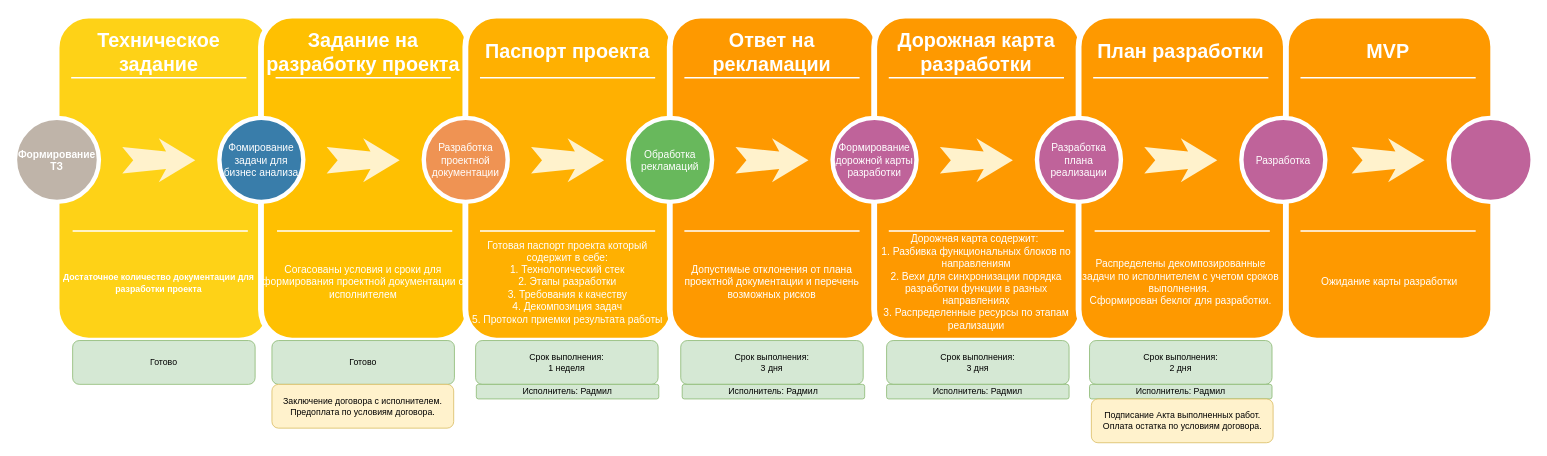
NoBoringDate/Project_x keeps this draw.io diagram as Диаграмма без названия.drawio. Above is the earlier version. Source tidied: cells renumbered, new cells numbered last; positions are measured from the earlier drawing's top-left corner, leaving out a move shared by most shapes. Both pictures are drawn from the tidied source at 73%, with x=0, y=0 at pixel (15, 15).
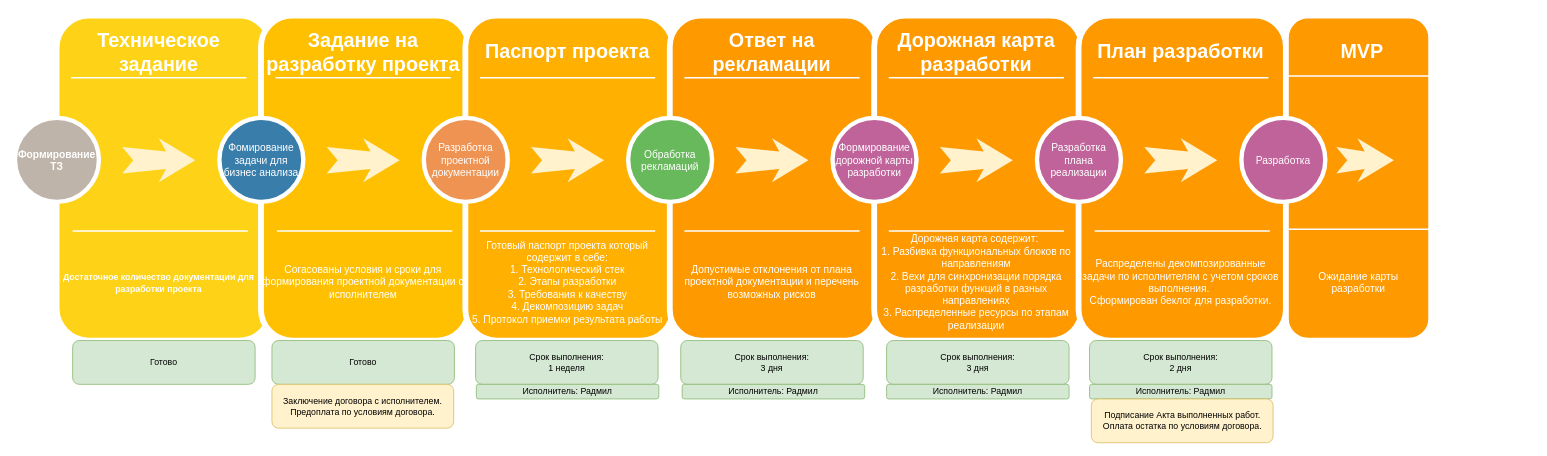
The same diagram, later.

What changed in the source:
```diff
@@
-    <mxCell id="18" value="Готовая паспорт проекта который содержит в себе:&lt;br&gt;1. Технологический стек&lt;br&gt;2. Этапы разработки&lt;br&gt;3. Требования к качеству&lt;br&gt;4. Декомпозиция задач&lt;br&gt;5. Протокол приемки результата работы" style="text;html=1;strokeColor=none;fillColor=none;align=center;verticalAlign=middle;whiteSpace=wrap;rounded=0;shadow=0;fontSize=14;fontColor=#FFFFFF;" parent="1" vertex="1">
+    <mxCell id="18" value="Готовый паспорт проекта который содержит в себе:&lt;br&gt;1. Технологический стек&lt;br&gt;2. Этапы разработки&lt;br&gt;3. Требования к качеству&lt;br&gt;4. Декомпозицию задач&lt;br&gt;5. Протокол приемки результата работы" style="text;html=1;strokeColor=none;fillColor=none;align=center;verticalAlign=middle;whiteSpace=wrap;rounded=0;shadow=0;fontSize=14;fontColor=#FFFFFF;" parent="1" vertex="1">
       <mxGeometry x="617" y="320" width="280" height="90" as="geometry" />
     </mxCell>
@@
-    <mxCell id="32" value="Дорожная карта содержит:&amp;nbsp;&lt;br&gt;1. Разбивка функциональных блоков по направлениям&lt;div&gt;2. Вехи для синхронизации порядка разработки функции в разных направлениях&lt;br&gt;3. Распределенные ресурсы по этапам реализации&lt;/div&gt;" style="text;html=1;strokeColor=none;fillColor=none;align=center;verticalAlign=middle;whiteSpace=wrap;rounded=0;shadow=0;fontSize=14;fontColor=#FFFFFF;" parent="1" vertex="1">
+    <mxCell id="32" value="Дорожная карта содержит:&amp;nbsp;&lt;br&gt;1. Разбивка функциональных блоков по направлениям&lt;div&gt;2. Вехи для синхронизации порядка разработки функций в разных направлениях&lt;br&gt;3. Распределенные ресурсы по этапам реализации&lt;/div&gt;" style="text;html=1;strokeColor=none;fillColor=none;align=center;verticalAlign=middle;whiteSpace=wrap;rounded=0;shadow=0;fontSize=14;fontColor=#FFFFFF;" parent="1" vertex="1">
       <mxGeometry x="1177" y="320" width="280" height="90" as="geometry" />
     </mxCell>
@@
-    <mxCell id="39" value="Распределены декомпозированные задачи по исполнителем с учетом сроков выполнения.&amp;nbsp;&lt;br&gt;Сформирован беклог для разработки." style="text;html=1;strokeColor=none;fillColor=none;align=center;verticalAlign=middle;whiteSpace=wrap;rounded=0;shadow=0;fontSize=14;fontColor=#FFFFFF;" parent="1" vertex="1">
+    <mxCell id="39" value="Распределены декомпозированные задачи по исполнителям с учетом сроков выполнения.&amp;nbsp;&lt;br&gt;Сформирован беклог для разработки." style="text;html=1;strokeColor=none;fillColor=none;align=center;verticalAlign=middle;whiteSpace=wrap;rounded=0;shadow=0;fontSize=14;fontColor=#FFFFFF;" parent="1" vertex="1">
       <mxGeometry x="1457" y="320" width="280" height="90" as="geometry" />
     </mxCell>
@@
     <mxCell id="44" value="&lt;div&gt;&lt;br&gt;&lt;/div&gt;&lt;div&gt;&lt;br&gt;&lt;/div&gt;&lt;div&gt;&lt;br&gt;&lt;/div&gt;&lt;div&gt;&lt;br&gt;&lt;/div&gt;&lt;div&gt;&lt;br&gt;&lt;/div&gt;&lt;div&gt;&lt;br&gt;&lt;/div&gt;&lt;div&gt;&lt;br&gt;&lt;/div&gt;&lt;div&gt;&lt;br&gt;&lt;/div&gt;&lt;div&gt;&lt;br&gt;&lt;/div&gt;" style="whiteSpace=wrap;html=1;rounded=1;shadow=0;strokeWidth=8;fontSize=20;align=center;fillColor=#FE9900;strokeColor=#FFFFFF;" parent="1" vertex="1">
-      <mxGeometry x="1741" width="284" height="445" as="geometry" />
+      <mxGeometry x="1741" width="199" height="445" as="geometry" />
     </mxCell>
     <mxCell id="45" value="MVP" style="text;html=1;strokeColor=none;fillColor=none;align=center;verticalAlign=middle;whiteSpace=wrap;rounded=0;shadow=0;fontSize=27;fontColor=#FFFFFF;fontStyle=1;" parent="1" vertex="1">
-      <mxGeometry x="1741" y="20" width="280" height="60" as="geometry" />
+      <mxGeometry x="1741" y="20" width="209" height="60" as="geometry" />
     </mxCell>
     <mxCell id="46" style="line;strokeWidth=2;html=1;rounded=0;shadow=0;fontSize=27;align=center;fillColor=none;strokeColor=#FFFFFF;" parent="1" vertex="1">
-      <mxGeometry x="1761" y="80" width="240" height="10" as="geometry" />
+      <mxGeometry x="1741" y="77.5" width="240" height="10" as="geometry" />
     </mxCell>
     <mxCell id="47" style="line;strokeWidth=2;html=1;rounded=0;shadow=0;fontSize=27;align=center;fillColor=none;strokeColor=#FFFFFF;" parent="1" vertex="1">
-      <mxGeometry x="1761" y="290" width="240" height="10" as="geometry" />
+      <mxGeometry x="1741" y="287.5" width="240" height="10" as="geometry" />
     </mxCell>
     <mxCell id="48" style="html=1;shadow=0;dashed=0;align=center;verticalAlign=middle;shape=mxgraph.arrows2.stylisedArrow;dy=0.6;dx=40;notch=15;feather=0.4;rounded=0;strokeWidth=1;fontSize=27;strokeColor=none;fillColor=#fff2cc;" parent="1" vertex="1">
-      <mxGeometry x="1831" y="168" width="100" height="60" as="geometry" />
+      <mxGeometry x="1810" y="168" width="79" height="60" as="geometry" />
     </mxCell>
@@
-    <mxCell id="50" style="ellipse;whiteSpace=wrap;html=1;rounded=0;shadow=0;strokeWidth=6;fontSize=14;align=center;fillColor=#BF639A;strokeColor=#FFFFFF;fontColor=#FFFFFF;" parent="1" vertex="1">
-      <mxGeometry x="1964" y="140" width="115" height="115" as="geometry" />
-    </mxCell>
@@
     <mxCell id="63" value="Ожидание карты разработки" style="text;html=1;strokeColor=none;fillColor=none;align=center;verticalAlign=middle;whiteSpace=wrap;rounded=0;shadow=0;fontSize=14;fontColor=#FFFFFF;" parent="1" vertex="1">
-      <mxGeometry x="1743" y="320" width="280" height="90" as="geometry" />
+      <mxGeometry x="1752" y="320" width="177" height="90" as="geometry" />
     </mxCell>
```
